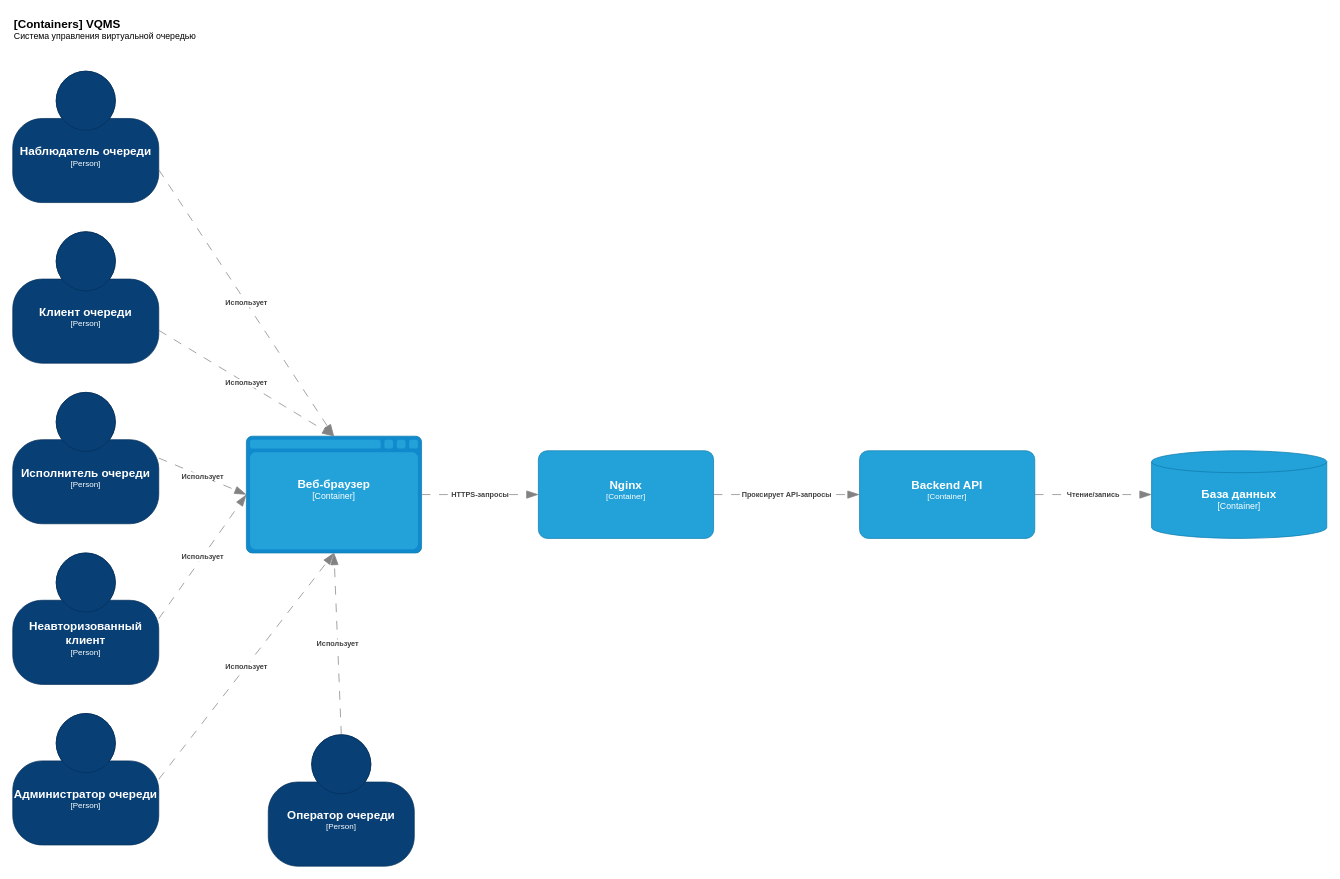
This is page "[Containers] VQMS" (2 of 3) of docs/explanation/diagrams/design/C4/Диаграммы C4.drawio from DaL1ner/virtual_queue_management_system, a draw.io file, before an edit. Source tidied: cells renumbered, new cells numbered last; positions are measured from the earlier drawing's top-left corner, leaving out a move shared by most shapes. Both pictures are drawn from the tidied source at 73%, with x=0, y=0 at pixel (12, 12).
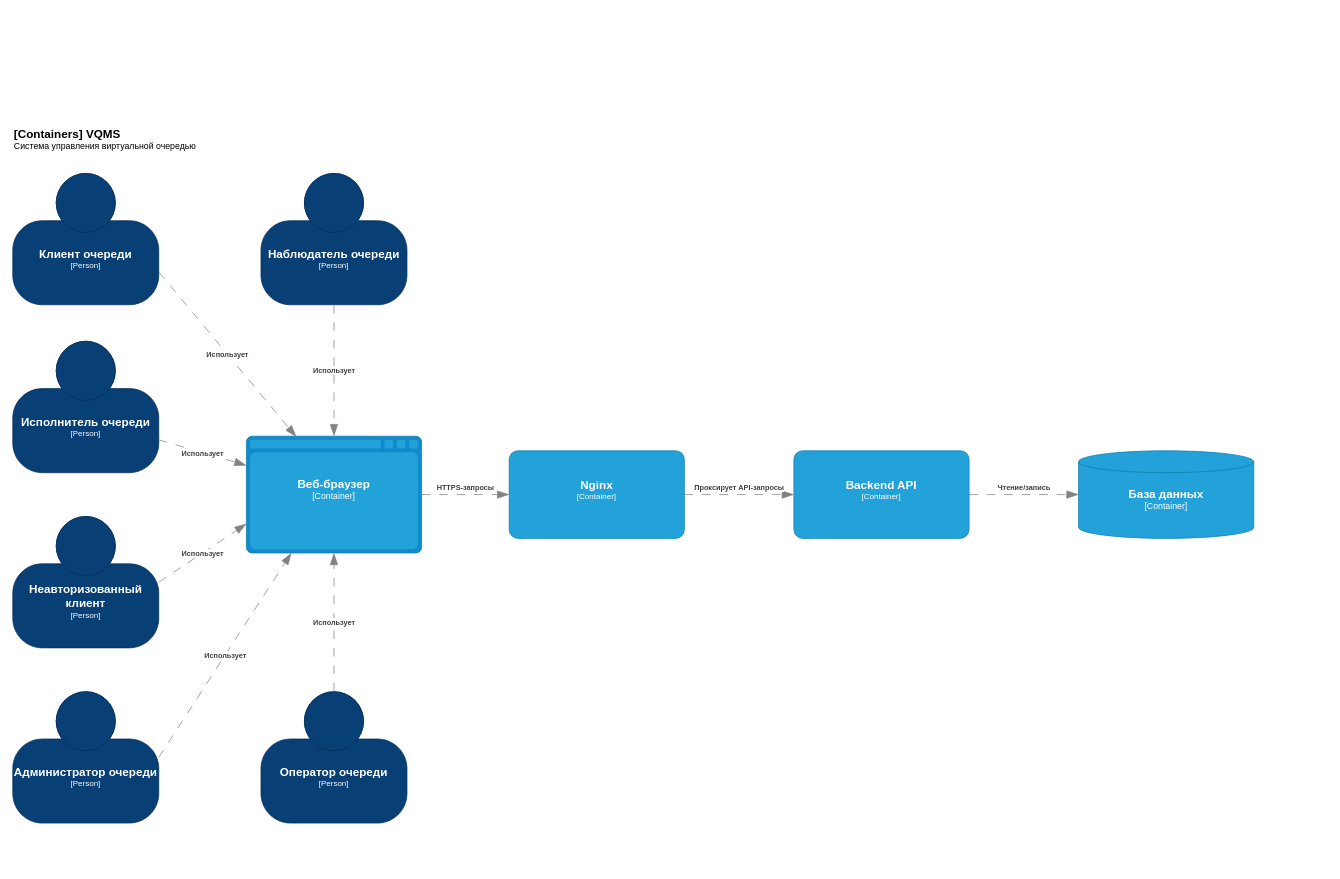
The same page after the edit.

Unchanged cells that the change refers to:
```xml
<object id="9" label="&lt;font style=&quot;font-size: 16px&quot;&gt;&lt;b&gt;%c4Name%&lt;/b&gt;&lt;/font&gt;&lt;div&gt;[%c4Type%]&lt;/div&gt;&lt;br&gt;" c4Name="Веб-браузер" c4Type="Container" placeholders="1">
  <mxCell style="shape=mxgraph.c4.webBrowserContainer2;whiteSpace=wrap;html=1;boundedLbl=1;rounded=0;labelBackgroundColor=none;strokeColor=#118ACD;fillColor=#23A2D9;strokeColor=#118ACD;strokeColor2=#0E7DAD;fontSize=12;fontColor=#ffffff;align=center;points=[[0.5,0,0],[1,0.25,0],[1,0.5,0],[1,0.75,0],[0.5,1,0],[0,0.75,0],[0,0.5,0],[0,0.25,0]];" parent="1" vertex="1">
    <mxGeometry x="320" y="580" width="240" height="160" as="geometry" />
  </mxCell>
</object>
```

Change to the diagram source:
```diff
@@
     <object id="2" label="&lt;font style=&quot;font-size: 16px&quot;&gt;&lt;b&gt;%c4Name%&lt;/b&gt;&lt;/font&gt;&lt;div&gt;[%c4Type%]&lt;/div&gt;&lt;br&gt;" c4Name="Наблюдатель очереди" c4Type="Person" placeholders="1">
       <mxCell style="html=1;fontSize=11;dashed=0;whiteSpace=wrap;fillColor=#083F75;strokeColor=#06315C;fontColor=#ffffff;shape=mxgraph.c4.person2;align=center;points=[[0.5,0,0],[1,0.5,0],[1,0.75,0],[0.75,1,0],[0.5,1,0],[0.25,1,0],[0,0.75,0],[0,0.5,0]];" parent="1" vertex="1">
-        <mxGeometry y="80" width="200" height="180" as="geometry" />
+        <mxGeometry x="340" y="220" width="200" height="180" as="geometry" />
       </mxCell>
     </object>
     <object id="3" label="&lt;font style=&quot;font-size: 16px&quot;&gt;&lt;b&gt;%c4Name%&lt;/b&gt;&lt;/font&gt;&lt;div&gt;[%c4Type%]&lt;/div&gt;&lt;br&gt;" c4Name="Исполнитель очереди" c4Type="Person" placeholders="1">
       <mxCell style="html=1;fontSize=11;dashed=0;whiteSpace=wrap;fillColor=#083F75;strokeColor=#06315C;fontColor=#ffffff;shape=mxgraph.c4.person2;align=center;points=[[0.5,0,0],[1,0.5,0],[1,0.75,0],[0.75,1,0],[0.5,1,0],[0.25,1,0],[0,0.75,0],[0,0.5,0]];" parent="1" vertex="1">
-        <mxGeometry y="520" width="200" height="180" as="geometry" />
+        <mxGeometry y="450" width="200" height="180" as="geometry" />
       </mxCell>
     </object>
     <object id="4" label="&lt;font style=&quot;font-size: 16px&quot;&gt;&lt;b&gt;%c4Name%&lt;/b&gt;&lt;/font&gt;&lt;div&gt;[%c4Type%]&lt;/div&gt;&lt;br&gt;" c4Name="Неавторизованный клиент" c4Type="Person" placeholders="1">
       <mxCell style="html=1;fontSize=11;dashed=0;whiteSpace=wrap;fillColor=#083F75;strokeColor=#06315C;fontColor=#ffffff;shape=mxgraph.c4.person2;align=center;points=[[0.5,0,0],[1,0.5,0],[1,0.75,0],[0.75,1,0],[0.5,1,0],[0.25,1,0],[0,0.75,0],[0,0.5,0]];" parent="1" vertex="1">
-        <mxGeometry y="740" width="200" height="180" as="geometry" />
+        <mxGeometry y="690" width="200" height="180" as="geometry" />
       </mxCell>
     </object>
     <object id="5" label="&lt;font style=&quot;font-size: 16px&quot;&gt;&lt;b&gt;%c4Name%&lt;/b&gt;&lt;/font&gt;&lt;div&gt;[%c4Type%]&lt;/div&gt;&lt;br&gt;" c4Name="Администратор очереди" c4Type="Person" placeholders="1">
       <mxCell style="html=1;fontSize=11;dashed=0;whiteSpace=wrap;fillColor=#083F75;strokeColor=#06315C;fontColor=#ffffff;shape=mxgraph.c4.person2;align=center;points=[[0.5,0,0],[1,0.5,0],[1,0.75,0],[0.75,1,0],[0.5,1,0],[0.25,1,0],[0,0.75,0],[0,0.5,0]];" parent="1" vertex="1">
-        <mxGeometry y="960" width="200" height="180" as="geometry" />
+        <mxGeometry y="930" width="200" height="180" as="geometry" />
       </mxCell>
     </object>
     <object id="6" label="&lt;font style=&quot;font-size: 16px&quot;&gt;&lt;b&gt;%c4Name%&lt;/b&gt;&lt;/font&gt;&lt;div&gt;[%c4Type%]&lt;/div&gt;&lt;br&gt;" c4Name="Оператор очереди" c4Type="Person" placeholders="1">
       <mxCell style="html=1;fontSize=11;dashed=0;whiteSpace=wrap;fillColor=#083F75;strokeColor=#06315C;fontColor=#ffffff;shape=mxgraph.c4.person2;align=center;points=[[0.5,0,0],[1,0.5,0],[1,0.75,0],[0.75,1,0],[0.5,1,0],[0.25,1,0],[0,0.75,0],[0,0.5,0]];" parent="1" vertex="1">
-        <mxGeometry x="350" y="989" width="200" height="180" as="geometry" />
+        <mxGeometry x="340" y="930" width="200" height="180" as="geometry" />
       </mxCell>
     </object>
     <object id="7" label="&lt;font style=&quot;font-size: 16px&quot;&gt;&lt;b&gt;%c4Name%&lt;/b&gt;&lt;/font&gt;&lt;div&gt;[%c4Type%]&lt;/div&gt;&lt;br&gt;" c4Name="Клиент очереди" c4Type="Person" placeholders="1">
       <mxCell style="html=1;fontSize=11;dashed=0;whiteSpace=wrap;fillColor=#083F75;strokeColor=#06315C;fontColor=#ffffff;shape=mxgraph.c4.person2;align=center;points=[[0.5,0,0],[1,0.5,0],[1,0.75,0],[0.75,1,0],[0.5,1,0],[0.25,1,0],[0,0.75,0],[0,0.5,0]];" parent="1" vertex="1">
-        <mxGeometry y="300" width="200" height="180" as="geometry" />
+        <mxGeometry y="220" width="200" height="180" as="geometry" />
       </mxCell>
     </object>
     <object id="8" label="&lt;font style=&quot;font-size: 16px&quot;&gt;&lt;b&gt;&lt;div style=&quot;text-align: left&quot;&gt;%c4Name%&lt;/div&gt;&lt;/b&gt;&lt;/font&gt;&lt;div style=&quot;text-align: left&quot;&gt;%c4Description%&lt;/div&gt;" c4Description="Система управления виртуальной очередью" c4Name="[Containers] VQMS" placeholders="1">
       <mxCell style="text;html=1;strokeColor=none;fillColor=none;align=left;verticalAlign=top;whiteSpace=wrap;rounded=0;" parent="1" vertex="1">
-        <mxGeometry width="260" height="40" as="geometry" />
+        <mxGeometry y="150" width="260" height="40" as="geometry" />
       </mxCell>
     </object>
@@
     <object id="10" label="&lt;font style=&quot;font-size: 16px&quot;&gt;&lt;b&gt;%c4Name%&lt;/b&gt;&lt;/font&gt;&lt;div&gt;[%c4Type%]&lt;/div&gt;&lt;br&gt;" c4Name="База данных" c4Type="Container" placeholders="1">
       <mxCell style="shape=cylinder3;size=15;whiteSpace=wrap;html=1;boundedLbl=1;rounded=0;labelBackgroundColor=none;fillColor=#23A2D9;fontSize=12;fontColor=#ffffff;align=center;strokeColor=#0E7DAD;points=[[0.5,0,0],[1,0.25,0],[1,0.5,0],[1,0.75,0],[0.5,1,0],[0,0.75,0],[0,0.5,0],[0,0.25,0]];" parent="1" vertex="1">
-        <mxGeometry x="1560" y="600" width="240" height="120" as="geometry" />
+        <mxGeometry x="1460" y="600" width="240" height="120" as="geometry" />
       </mxCell>
     </object>
     <object id="11" label="&lt;font style=&quot;font-size: 16px&quot;&gt;&lt;b&gt;%c4Name%&lt;/b&gt;&lt;/font&gt;&lt;div&gt;[%c4Type%]&lt;/div&gt;&lt;br&gt;" c4Name="Nginx" c4Type="Container" placeholders="1">
       <mxCell style="rounded=1;whiteSpace=wrap;html=1;fontSize=11;labelBackgroundColor=none;fillColor=#23A2D9;fontColor=#ffffff;align=center;arcSize=10;strokeColor=#0E7DAD;points=[[0.25,0,0],[0.5,0,0],[0.75,0,0],[1,0.25,0],[1,0.5,0],[1,0.75,0],[0.75,1,0],[0.5,1,0],[0.25,1,0],[0,0.75,0],[0,0.5,0],[0,0.25,0]];" parent="1" vertex="1">
-        <mxGeometry x="720" y="600" width="240" height="120" as="geometry" />
+        <mxGeometry x="680" y="600" width="240" height="120" as="geometry" />
       </mxCell>
     </object>
     <object id="12" label="&lt;font style=&quot;font-size: 16px&quot;&gt;&lt;b&gt;%c4Name%&lt;/b&gt;&lt;/font&gt;&lt;div&gt;[%c4Type%]&lt;/div&gt;&lt;br&gt;" c4Name="Backend API" c4Type="Container" placeholders="1">
       <mxCell style="rounded=1;whiteSpace=wrap;html=1;fontSize=11;labelBackgroundColor=none;fillColor=#23A2D9;fontColor=#ffffff;align=center;arcSize=10;strokeColor=#0E7DAD;points=[[0.25,0,0],[0.5,0,0],[0.75,0,0],[1,0.25,0],[1,0.5,0],[1,0.75,0],[0.75,1,0],[0.5,1,0],[0.25,1,0],[0,0.75,0],[0,0.5,0],[0,0.25,0]];" parent="1" vertex="1">
-        <mxGeometry x="1160" y="600" width="240" height="120" as="geometry" />
+        <mxGeometry x="1070" y="600" width="240" height="120" as="geometry" />
       </mxCell>
     </object>
     <object id="13" label="&lt;div style=&quot;text-align: left&quot;&gt;&lt;div style=&quot;text-align: center&quot;&gt;&lt;b&gt;%c4Description%&lt;/b&gt;&lt;/div&gt;" c4Description="Использует" placeholders="1">
-      <mxCell style="endArrow=blockThin;html=1;fontSize=10;fontColor=#404040;strokeWidth=1;endFill=1;strokeColor=#828282;elbow=vertical;endSize=14;startSize=14;jumpStyle=arc;jumpSize=16;rounded=0;exitX=1;exitY=0.75;exitDx=0;exitDy=0;exitPerimeter=0;entryX=0.5;entryY=0;entryDx=0;entryDy=0;entryPerimeter=0;dashed=1;dashPattern=12 12;" parent="1" edge="1" source="2" target="9">
+      <mxCell style="endArrow=blockThin;html=1;fontSize=10;fontColor=#404040;strokeWidth=1;endFill=1;strokeColor=#828282;elbow=vertical;endSize=14;startSize=14;jumpStyle=arc;jumpSize=16;rounded=0;exitX=0.5;exitY=1;exitDx=0;exitDy=0;exitPerimeter=0;entryX=0.5;entryY=0;entryDx=0;entryDy=0;entryPerimeter=0;dashed=1;dashPattern=12 12;" parent="1" edge="1" source="2" target="9">
         <mxGeometry relative="1" as="geometry" />
       </mxCell>
     </object>
     <object id="14" label="&lt;div style=&quot;text-align: left&quot;&gt;&lt;div style=&quot;text-align: center&quot;&gt;&lt;b&gt;%c4Description%&lt;/b&gt;&lt;/div&gt;" c4Description="HTTPS-запросы" placeholders="1">
       <mxCell style="endArrow=blockThin;html=1;fontSize=10;fontColor=#404040;strokeWidth=1;endFill=1;strokeColor=#828282;elbow=vertical;endSize=14;startSize=14;jumpStyle=arc;jumpSize=16;rounded=0;edgeStyle=orthogonalEdgeStyle;exitX=1;exitY=0.5;exitDx=0;exitDy=0;exitPerimeter=0;entryX=0;entryY=0.5;entryDx=0;entryDy=0;entryPerimeter=0;dashed=1;dashPattern=12 12;" parent="1" edge="1" source="9" target="11">
-        <mxGeometry relative="1" as="geometry" />
+        <mxGeometry y="10" relative="1" as="geometry" />
       </mxCell>
     </object>
     <object id="15" label="&lt;div style=&quot;text-align: left&quot;&gt;&lt;div style=&quot;text-align: center&quot;&gt;&lt;b&gt;%c4Description%&lt;/b&gt;&lt;/div&gt;" c4Description="Проксирует API-запросы" placeholders="1">
       <mxCell style="endArrow=blockThin;html=1;fontSize=10;fontColor=#404040;strokeWidth=1;endFill=1;strokeColor=#828282;elbow=vertical;endSize=14;startSize=14;jumpStyle=arc;jumpSize=16;rounded=0;edgeStyle=orthogonalEdgeStyle;entryX=0;entryY=0.5;entryDx=0;entryDy=0;entryPerimeter=0;exitX=1;exitY=0.5;exitDx=0;exitDy=0;exitPerimeter=0;dashed=1;dashPattern=12 12;" parent="1" edge="1" source="11" target="12">
-        <mxGeometry relative="1" as="geometry" />
+        <mxGeometry y="10" relative="1" as="geometry" />
       </mxCell>
     </object>
     <object id="16" label="&lt;div style=&quot;text-align: left&quot;&gt;&lt;div style=&quot;text-align: center&quot;&gt;&lt;b&gt;%c4Description%&lt;/b&gt;&lt;/div&gt;" c4Description="Чтение/запись" placeholders="1">
       <mxCell style="endArrow=blockThin;html=1;fontSize=10;fontColor=#404040;strokeWidth=1;endFill=1;strokeColor=#828282;elbow=vertical;endSize=14;startSize=14;jumpStyle=arc;jumpSize=16;rounded=0;edgeStyle=orthogonalEdgeStyle;entryX=0;entryY=0.5;entryDx=0;entryDy=0;entryPerimeter=0;exitX=1;exitY=0.5;exitDx=0;exitDy=0;exitPerimeter=0;dashed=1;dashPattern=12 12;" parent="1" edge="1" source="12" target="10">
-        <mxGeometry relative="1" as="geometry" />
+        <mxGeometry y="10" relative="1" as="geometry" />
       </mxCell>
     </object>
     <object id="17" label="&lt;div style=&quot;text-align: left&quot;&gt;&lt;div style=&quot;text-align: center&quot;&gt;&lt;b&gt;%c4Description%&lt;/b&gt;&lt;/div&gt;" c4Description="Использует" placeholders="1">
-      <mxCell style="endArrow=blockThin;html=1;fontSize=10;fontColor=#404040;strokeWidth=1;endFill=1;strokeColor=#828282;elbow=vertical;endSize=14;startSize=14;jumpStyle=arc;jumpSize=16;rounded=0;exitX=1;exitY=0.75;exitDx=0;exitDy=0;exitPerimeter=0;entryX=0.5;entryY=0;entryDx=0;entryDy=0;entryPerimeter=0;dashed=1;dashPattern=12 12;" parent="1" edge="1" source="7" target="9">
+      <mxCell style="endArrow=blockThin;html=1;fontSize=10;fontColor=#404040;strokeWidth=1;endFill=1;strokeColor=#828282;elbow=vertical;endSize=14;startSize=14;jumpStyle=arc;jumpSize=16;rounded=0;exitX=1;exitY=0.75;exitDx=0;exitDy=0;exitPerimeter=0;entryX=0.285;entryY=0.006;entryDx=0;entryDy=0;entryPerimeter=0;dashed=1;dashPattern=12 12;" parent="1" edge="1" source="7" target="9">
         <mxGeometry relative="1" as="geometry" />
       </mxCell>
     </object>
     <object id="18" label="&lt;div style=&quot;text-align: left&quot;&gt;&lt;div style=&quot;text-align: center&quot;&gt;&lt;b&gt;%c4Description%&lt;/b&gt;&lt;/div&gt;" c4Description="Использует" placeholders="1">
-      <mxCell style="endArrow=blockThin;html=1;fontSize=10;fontColor=#404040;strokeWidth=1;endFill=1;strokeColor=#828282;elbow=vertical;endSize=14;startSize=14;jumpStyle=arc;jumpSize=16;rounded=0;exitX=1;exitY=0.5;exitDx=0;exitDy=0;exitPerimeter=0;entryX=0;entryY=0.5;entryDx=0;entryDy=0;entryPerimeter=0;dashed=1;dashPattern=12 12;" parent="1" edge="1" source="3" target="9">
+      <mxCell style="endArrow=blockThin;html=1;fontSize=10;fontColor=#404040;strokeWidth=1;endFill=1;strokeColor=#828282;elbow=vertical;endSize=14;startSize=14;jumpStyle=arc;jumpSize=16;rounded=0;exitX=1;exitY=0.75;exitDx=0;exitDy=0;exitPerimeter=0;entryX=0;entryY=0.25;entryDx=0;entryDy=0;entryPerimeter=0;dashed=1;dashPattern=12 12;" parent="1" edge="1" source="3" target="9">
         <mxGeometry relative="1" as="geometry" />
       </mxCell>
     </object>
     <object id="19" label="&lt;div style=&quot;text-align: left&quot;&gt;&lt;div style=&quot;text-align: center&quot;&gt;&lt;b&gt;%c4Description%&lt;/b&gt;&lt;/div&gt;" c4Description="Использует" placeholders="1">
-      <mxCell style="endArrow=blockThin;html=1;fontSize=10;fontColor=#404040;strokeWidth=1;endFill=1;strokeColor=#828282;elbow=vertical;endSize=14;startSize=14;jumpStyle=arc;jumpSize=16;rounded=0;exitX=1;exitY=0.5;exitDx=0;exitDy=0;exitPerimeter=0;entryX=0;entryY=0.5;entryDx=0;entryDy=0;entryPerimeter=0;dashed=1;dashPattern=12 12;" parent="1" edge="1" source="4" target="9">
+      <mxCell style="endArrow=blockThin;html=1;fontSize=10;fontColor=#404040;strokeWidth=1;endFill=1;strokeColor=#828282;elbow=vertical;endSize=14;startSize=14;jumpStyle=arc;jumpSize=16;rounded=0;exitX=1;exitY=0.5;exitDx=0;exitDy=0;exitPerimeter=0;entryX=0;entryY=0.75;entryDx=0;entryDy=0;entryPerimeter=0;dashed=1;dashPattern=12 12;" parent="1" edge="1" source="4" target="9">
         <mxGeometry relative="1" as="geometry" />
       </mxCell>
     </object>
     <object id="20" label="&lt;div style=&quot;text-align: left&quot;&gt;&lt;div style=&quot;text-align: center&quot;&gt;&lt;b&gt;%c4Description%&lt;/b&gt;&lt;/div&gt;" c4Description="Использует" placeholders="1">
-      <mxCell style="endArrow=blockThin;html=1;fontSize=10;fontColor=#404040;strokeWidth=1;endFill=1;strokeColor=#828282;elbow=vertical;endSize=14;startSize=14;jumpStyle=arc;jumpSize=16;rounded=0;exitX=1;exitY=0.5;exitDx=0;exitDy=0;exitPerimeter=0;entryX=0.5;entryY=1;entryDx=0;entryDy=0;entryPerimeter=0;dashed=1;dashPattern=12 12;" parent="1" edge="1" source="5" target="9">
+      <mxCell style="endArrow=blockThin;html=1;fontSize=10;fontColor=#404040;strokeWidth=1;endFill=1;strokeColor=#828282;elbow=vertical;endSize=14;startSize=14;jumpStyle=arc;jumpSize=16;rounded=0;exitX=1;exitY=0.5;exitDx=0;exitDy=0;exitPerimeter=0;entryX=0.257;entryY=0.999;entryDx=0;entryDy=0;entryPerimeter=0;dashed=1;dashPattern=12 12;" parent="1" edge="1" source="5" target="9">
         <mxGeometry relative="1" as="geometry" />
       </mxCell>
     </object>
```
